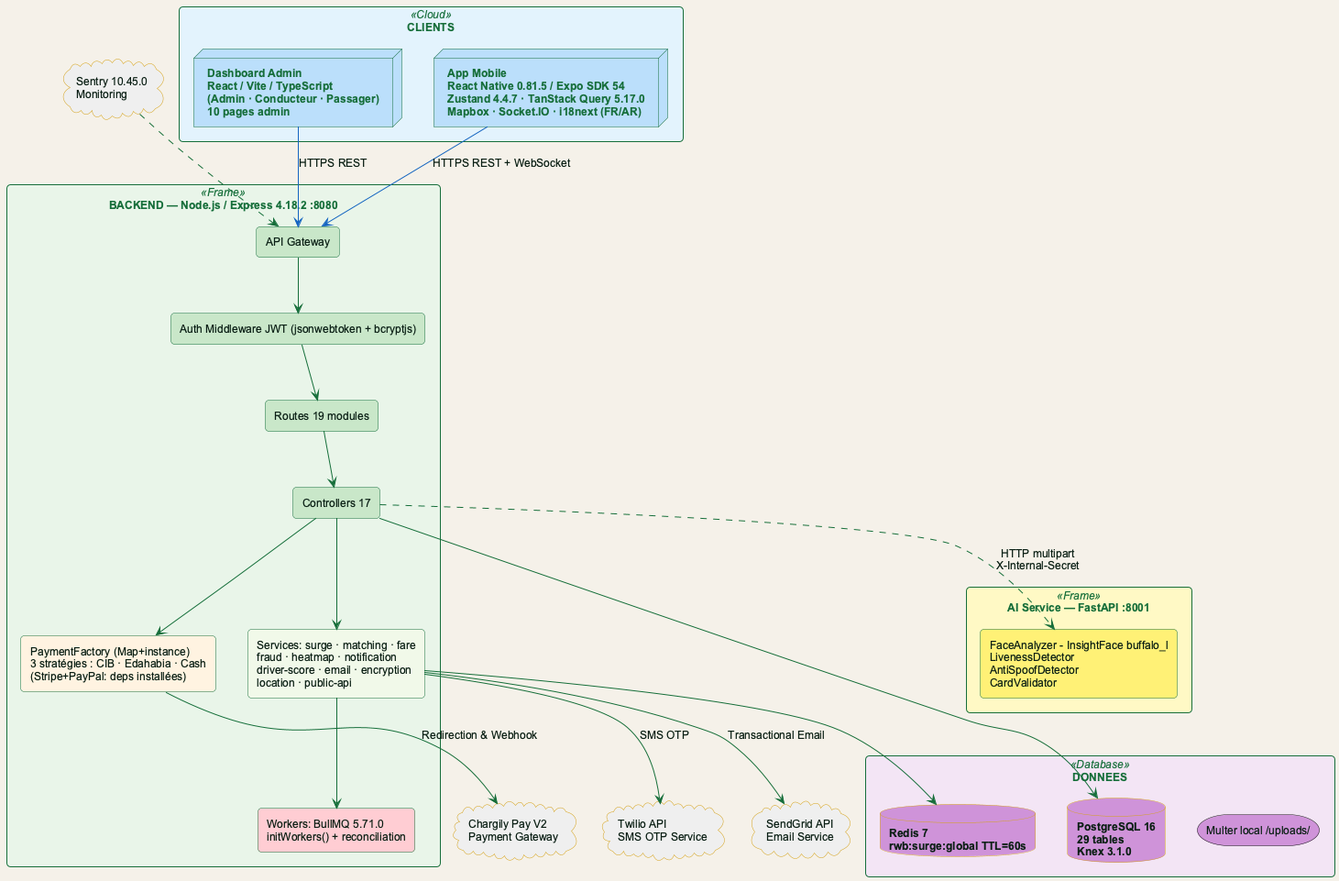
Above: plantuml/output/fig2_1_architecture.png in Belhormamohamed13/Memiore_RohWinBghit (PlantUML), before the change.
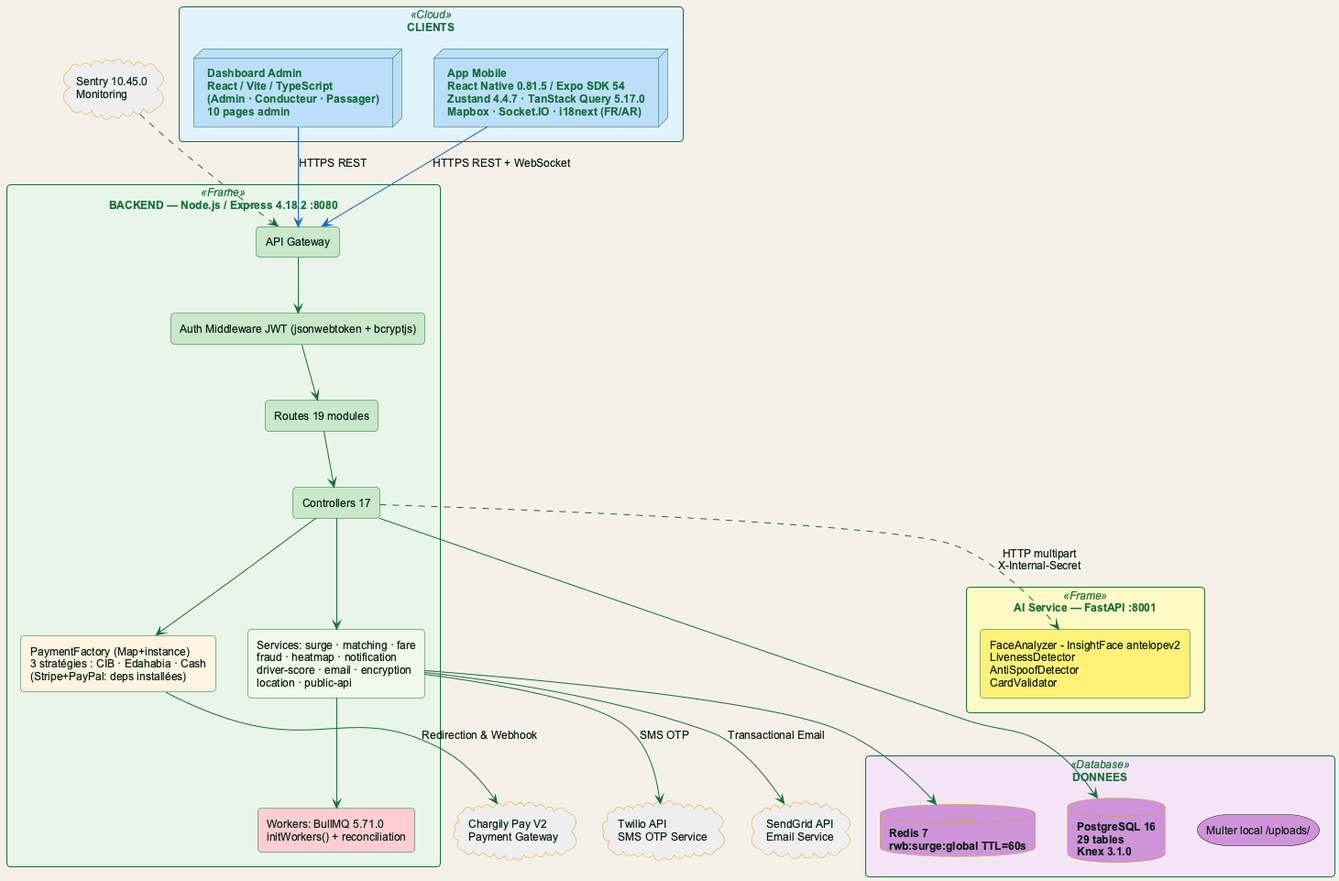
Later version of the same file.

Change to the diagram source:
```diff
@@ -26,7 +26,7 @@
 }
 
 package "AI Service — FastAPI :8001" <<Frame>> #FFF9C4 {
-    component "FaceAnalyzer - InsightFace buffalo_l\nLivenessDetector\nAntiSpoofDetector\nCardValidator" as ai #FFF176
+    component "FaceAnalyzer - InsightFace antelopev2\nLivenessDetector\nAntiSpoofDetector\nCardValidator" as ai #FFF176
 }
 
 cloud "Sentry 10.45.0\nMonitoring" as sentry #EEEEEE
```
